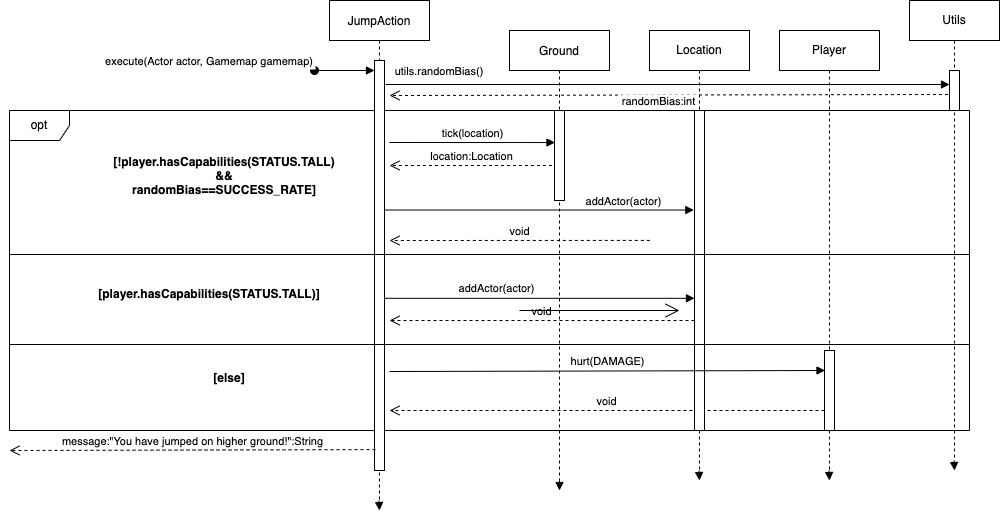
This is design-docs/REQ2_sequencediagram.png from syedzubinhafiz/supermario, a draw.io export, as it was before one commit. Source tidied: cells renumbered, new cells last; positions are measured from the earlier drawing's top-left corner, leaving out a move shared by most shapes.
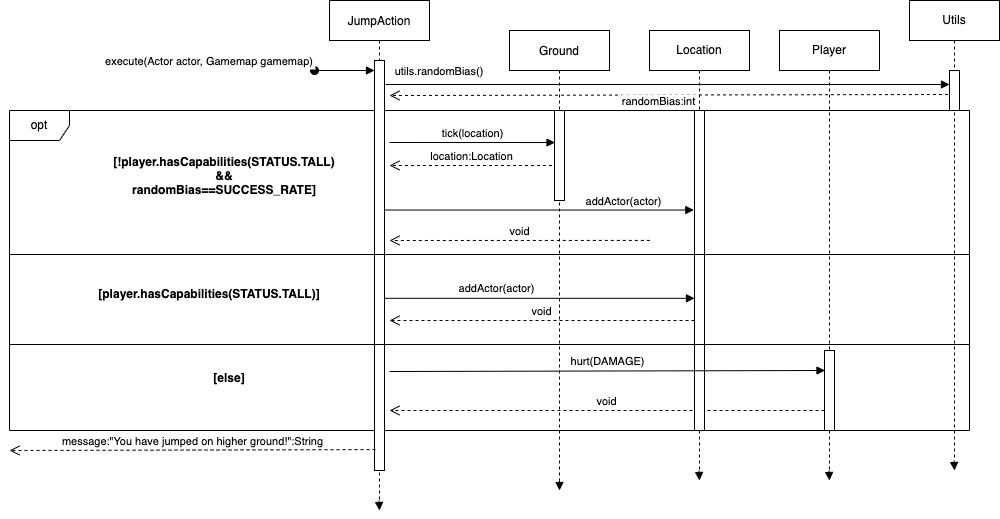
After the change.

Commit message:
sequence diagrams for req1&2 done

Change to the diagram source:
```diff
@@ -108,12 +108,6 @@
         <mxPoint y="450" as="targetPoint" />
       </mxGeometry>
     </mxCell>
-    <mxCell id="30" style="endArrow=open;endFill=1;endSize=12;html=1;rounded=0;" parent="1" edge="1">
-      <mxGeometry relative="1" as="geometry">
-        <mxPoint x="510" y="310" as="sourcePoint" />
-        <mxPoint x="670" y="310" as="targetPoint" />
-      </mxGeometry>
-    </mxCell>
     <mxCell id="31" style="html=1;verticalAlign=bottom;endArrow=block;rounded=0;" parent="1" edge="1" source="3">
       <mxGeometry relative="1" as="geometry">
         <mxPoint x="370" y="510" as="targetPoint" />
```
